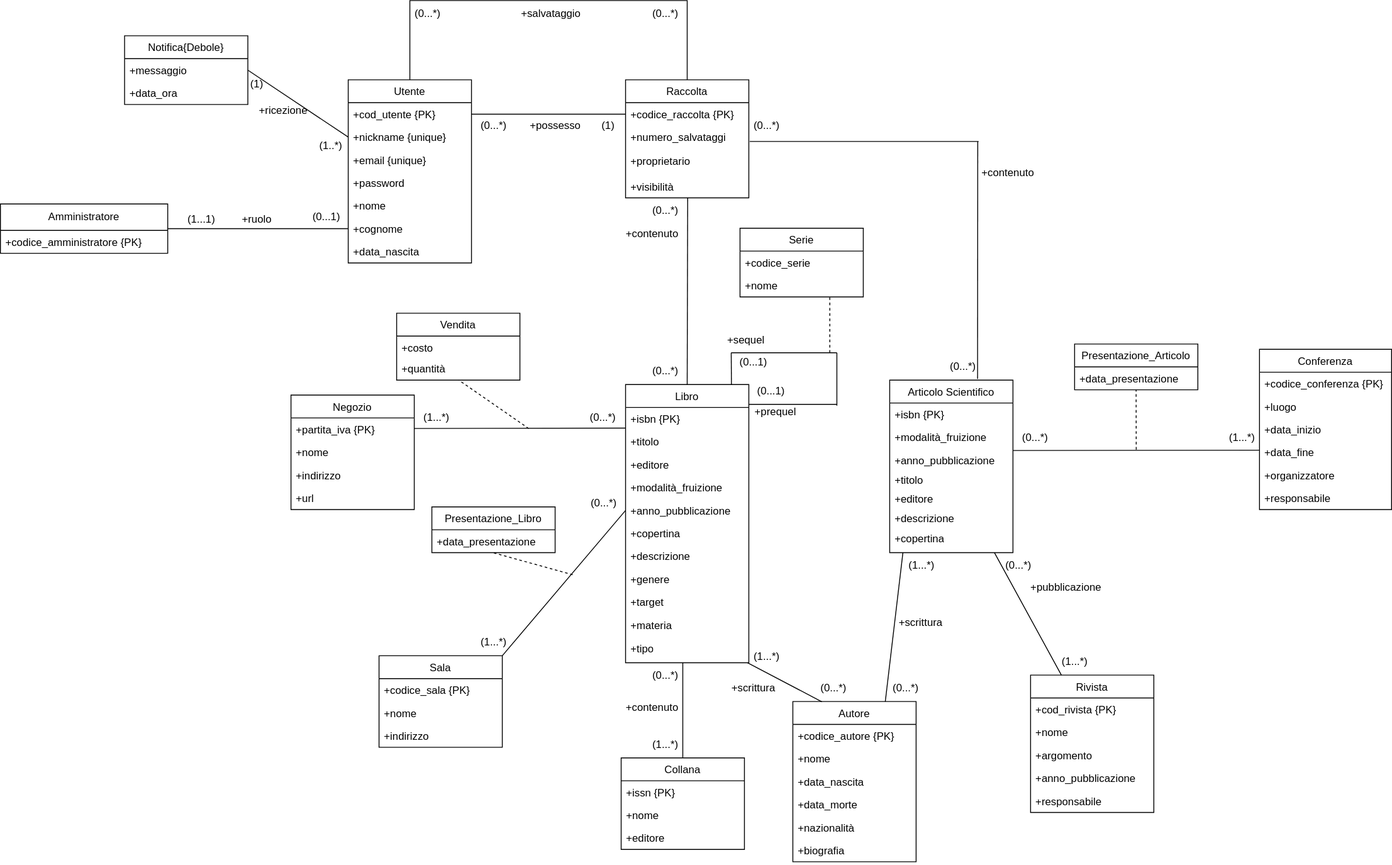
Above: progettazione_concettuale/Modello_Concettuale_Ristrutturato.drawio.svg in m3tt0/Progetto_OB_BASI (draw.io), before the change. Source tidied: cells renumbered, new cells last; positions are measured from the earlier drawing's top-left corner, leaving out a move shared by most shapes.
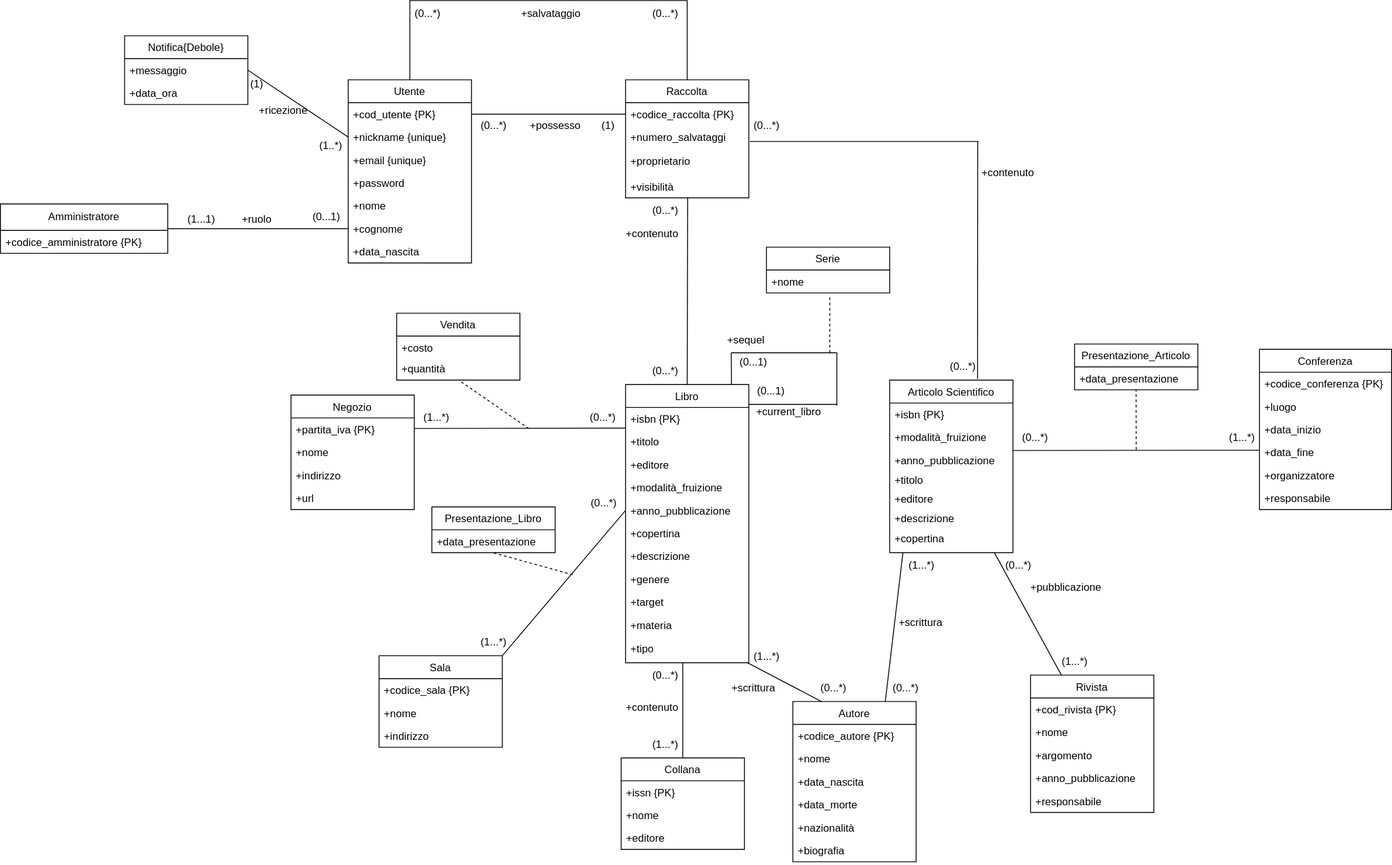
After the commit.

What changed in the source:
```diff
@@ -295,8 +295,8 @@
     <mxCell id="93" value="(0...1)" style="text;html=1;align=center;verticalAlign=middle;strokeColor=none;fillColor=none;" parent="1" vertex="1">
       <mxGeometry x="850" y="429" width="50" height="30" as="geometry" />
     </mxCell>
-    <mxCell id="94" value="+prequel" style="text;html=1;align=center;verticalAlign=middle;strokeColor=none;fillColor=none;" parent="1" vertex="1">
-      <mxGeometry x="845" y="452" width="70" height="30" as="geometry" />
+    <mxCell id="94" value="+current_libro" style="text;html=1;align=center;verticalAlign=middle;strokeColor=none;fillColor=none;" parent="1" vertex="1">
+      <mxGeometry x="845" y="452" width="100" height="30" as="geometry" />
     </mxCell>
     <mxCell id="95" value="Utente" style="swimlane;fontStyle=0;horizontal=1;startSize=26;fillColor=none;" parent="1" vertex="1">
       <mxGeometry x="395" y="90" width="140" height="208" as="geometry" />
@@ -436,13 +436,10 @@
       <mxGeometry x="1068" y="401" width="50" height="30" as="geometry" />
     </mxCell>
     <mxCell id="137" value="Serie" style="swimlane;fontStyle=0;horizontal=1;startSize=26;fillColor=none;" parent="1" vertex="1">
-      <mxGeometry x="840" y="258.5" width="140" height="78" as="geometry" />
+      <mxGeometry x="870" y="280" width="140" height="52" as="geometry" />
     </mxCell>
-    <mxCell id="138" value="+codice_serie" style="text;strokeColor=none;fillColor=none;align=left;verticalAlign=top;spacingLeft=4;spacingRight=4;overflow=hidden;" parent="137" vertex="1">
-      <mxGeometry y="26" width="140" height="26" as="geometry" />
-    </mxCell>
     <mxCell id="139" value="+nome" style="text;strokeColor=none;fillColor=none;align=left;verticalAlign=top;spacingLeft=4;spacingRight=4;overflow=hidden;" parent="137" vertex="1">
-      <mxGeometry y="52" width="140" height="26" as="geometry" />
+      <mxGeometry y="26" width="140" height="26" as="geometry" />
     </mxCell>
     <mxCell id="140" style="endArrow=none;dashed=1;html=1;rounded=0;" parent="1" edge="1">
       <mxGeometry relative="1" as="geometry">
```
